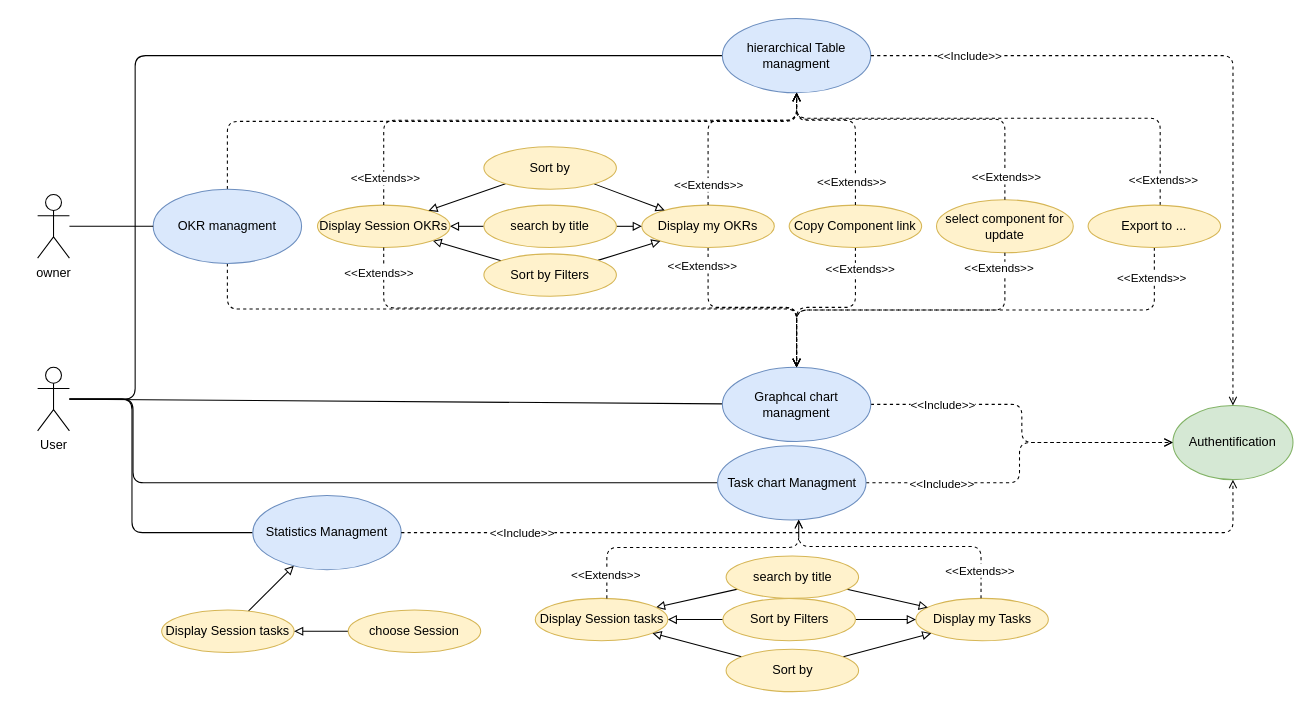
Before: page "Chart managment" (3 of 3) of UseCase_Diagram.drawio in KhFendri/OKR_UML, a draw.io diagram. Source tidied: cells renumbered, new cells numbered last; positions are measured from the earlier drawing's top-left corner, leaving out a move shared by most shapes. Both pictures are drawn from the tidied source at 106%, with x=0, y=0 at pixel (37, 18).
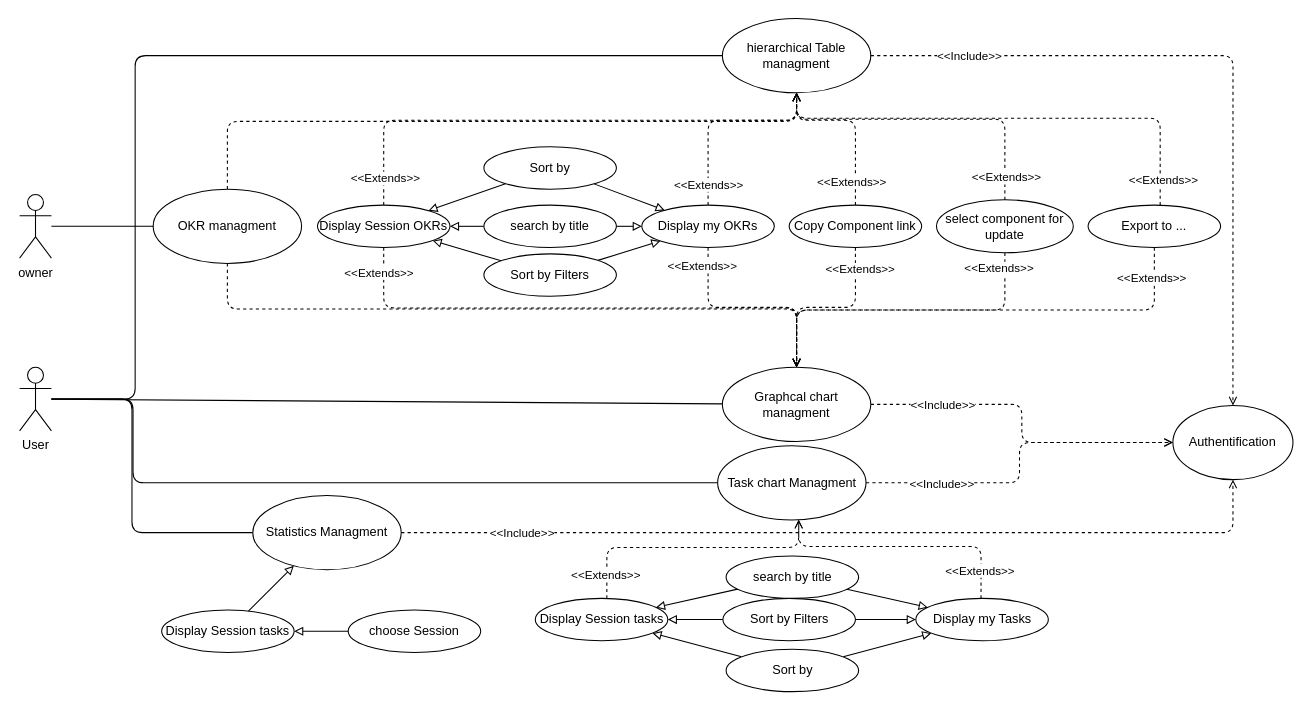
The same diagram, later.

What changed in the source:
```diff
@@
     <mxCell id="6" value="User" style="shape=umlActor;verticalLabelPosition=bottom;verticalAlign=top;html=1;" parent="1" vertex="1">
-      <mxGeometry y="329" width="30" height="60" as="geometry" />
+      <mxGeometry x="-17" y="329" width="30" height="60" as="geometry" />
     </mxCell>
@@
-    <mxCell id="9" value="Graphcal chart managment" style="ellipse;whiteSpace=wrap;html=1;fillColor=#dae8fc;strokeColor=#6c8ebf;" parent="1" vertex="1">
+    <mxCell id="9" value="Graphcal chart managment" style="ellipse;whiteSpace=wrap;html=1;" parent="1" vertex="1">
       <mxGeometry x="646" y="329" width="140" height="70" as="geometry" />
     </mxCell>
@@
-    <mxCell id="12" value="Display my OKRs" style="ellipse;whiteSpace=wrap;html=1;fillColor=#fff2cc;strokeColor=#d6b656;" parent="1" vertex="1">
+    <mxCell id="12" value="Display my OKRs" style="ellipse;whiteSpace=wrap;html=1;" parent="1" vertex="1">
       <mxGeometry x="570" y="176" width="125" height="40" as="geometry" />
     </mxCell>
@@
-    <mxCell id="15" value="Sort by Filters" style="ellipse;whiteSpace=wrap;html=1;fillColor=#fff2cc;strokeColor=#d6b656;" parent="1" vertex="1">
+    <mxCell id="15" value="Sort by Filters" style="ellipse;whiteSpace=wrap;html=1;" parent="1" vertex="1">
       <mxGeometry x="421" y="222" width="125" height="40" as="geometry" />
     </mxCell>
@@
-    <mxCell id="18" value="search by title" style="ellipse;whiteSpace=wrap;html=1;fillColor=#fff2cc;strokeColor=#d6b656;" parent="1" vertex="1">
+    <mxCell id="18" value="search by title" style="ellipse;whiteSpace=wrap;html=1;" parent="1" vertex="1">
       <mxGeometry x="421" y="176" width="125" height="40" as="geometry" />
     </mxCell>
-    <mxCell id="19" value="Authentification" style="ellipse;whiteSpace=wrap;html=1;fillColor=#d5e8d4;strokeColor=#82b366;" parent="1" vertex="1">
+    <mxCell id="19" value="Authentification" style="ellipse;whiteSpace=wrap;html=1;" parent="1" vertex="1">
       <mxGeometry x="1071" y="365" width="113.3" height="70" as="geometry" />
     </mxCell>
-    <mxCell id="20" value="hierarchical Table managment" style="ellipse;whiteSpace=wrap;html=1;fillColor=#dae8fc;strokeColor=#6c8ebf;" parent="1" vertex="1">
+    <mxCell id="20" value="hierarchical Table managment" style="ellipse;whiteSpace=wrap;html=1;" parent="1" vertex="1">
       <mxGeometry x="646" width="140" height="70" as="geometry" />
     </mxCell>
@@
-    <mxCell id="25" value="Copy Component link" style="ellipse;whiteSpace=wrap;html=1;fillColor=#fff2cc;strokeColor=#d6b656;" parent="1" vertex="1">
+    <mxCell id="25" value="Copy Component link" style="ellipse;whiteSpace=wrap;html=1;" parent="1" vertex="1">
       <mxGeometry x="709" y="176" width="125" height="40" as="geometry" />
     </mxCell>
@@
-    <mxCell id="30" value="select component for update" style="ellipse;whiteSpace=wrap;html=1;fillColor=#fff2cc;strokeColor=#d6b656;" parent="1" vertex="1">
+    <mxCell id="30" value="select component for update" style="ellipse;whiteSpace=wrap;html=1;" parent="1" vertex="1">
       <mxGeometry x="848" y="171" width="129" height="50" as="geometry" />
     </mxCell>
@@
-    <mxCell id="35" value="Display Session OKRs" style="ellipse;whiteSpace=wrap;html=1;fillColor=#fff2cc;strokeColor=#d6b656;" parent="1" vertex="1">
+    <mxCell id="35" value="Display Session OKRs" style="ellipse;whiteSpace=wrap;html=1;" parent="1" vertex="1">
       <mxGeometry x="264" y="176" width="125" height="40" as="geometry" />
     </mxCell>
@@
-    <mxCell id="42" value="Task chart Managment" style="ellipse;whiteSpace=wrap;html=1;fillColor=#dae8fc;strokeColor=#6c8ebf;" parent="1" vertex="1">
+    <mxCell id="42" value="Task chart Managment" style="ellipse;whiteSpace=wrap;html=1;" parent="1" vertex="1">
       <mxGeometry x="641.5" y="403" width="140" height="70" as="geometry" />
     </mxCell>
-    <mxCell id="43" value="Display my Tasks" style="ellipse;whiteSpace=wrap;html=1;fillColor=#fff2cc;strokeColor=#d6b656;" parent="1" vertex="1">
+    <mxCell id="43" value="Display my Tasks" style="ellipse;whiteSpace=wrap;html=1;" parent="1" vertex="1">
       <mxGeometry x="828.5" y="547" width="125" height="40" as="geometry" />
     </mxCell>
@@
-    <mxCell id="46" value="Sort by Filters" style="ellipse;whiteSpace=wrap;html=1;fillColor=#fff2cc;strokeColor=#d6b656;" parent="1" vertex="1">
+    <mxCell id="46" value="Sort by Filters" style="ellipse;whiteSpace=wrap;html=1;" parent="1" vertex="1">
       <mxGeometry x="646.5" y="547" width="125" height="40" as="geometry" />
     </mxCell>
@@
-    <mxCell id="49" value="search by title" style="ellipse;whiteSpace=wrap;html=1;fillColor=#fff2cc;strokeColor=#d6b656;" parent="1" vertex="1">
+    <mxCell id="49" value="search by title" style="ellipse;whiteSpace=wrap;html=1;" parent="1" vertex="1">
       <mxGeometry x="649.5" y="507" width="125" height="40" as="geometry" />
     </mxCell>
-    <mxCell id="50" value="Display Session tasks" style="ellipse;whiteSpace=wrap;html=1;fillColor=#fff2cc;strokeColor=#d6b656;" parent="1" vertex="1">
+    <mxCell id="50" value="Display Session tasks" style="ellipse;whiteSpace=wrap;html=1;" parent="1" vertex="1">
       <mxGeometry x="469.5" y="547" width="125" height="40" as="geometry" />
     </mxCell>
@@
-    <mxCell id="57" value="Sort by" style="ellipse;whiteSpace=wrap;html=1;fillColor=#fff2cc;strokeColor=#d6b656;" parent="1" vertex="1">
+    <mxCell id="57" value="Sort by" style="ellipse;whiteSpace=wrap;html=1;" parent="1" vertex="1">
       <mxGeometry x="421" y="121" width="125" height="40" as="geometry" />
     </mxCell>
@@
-    <mxCell id="60" value="Sort by" style="ellipse;whiteSpace=wrap;html=1;fillColor=#fff2cc;strokeColor=#d6b656;" parent="1" vertex="1">
+    <mxCell id="60" value="Sort by" style="ellipse;whiteSpace=wrap;html=1;" parent="1" vertex="1">
       <mxGeometry x="649.5" y="595" width="125" height="40" as="geometry" />
     </mxCell>
@@
-    <mxCell id="65" value="Export to ..." style="ellipse;whiteSpace=wrap;html=1;fillColor=#fff2cc;strokeColor=#d6b656;" parent="1" vertex="1">
+    <mxCell id="65" value="Export to ..." style="ellipse;whiteSpace=wrap;html=1;" parent="1" vertex="1">
       <mxGeometry x="991" y="176" width="125" height="40" as="geometry" />
     </mxCell>
-    <mxCell id="66" value="Statistics Managment" style="ellipse;whiteSpace=wrap;html=1;fillColor=#dae8fc;strokeColor=#6c8ebf;" parent="1" vertex="1">
+    <mxCell id="66" value="Statistics Managment" style="ellipse;whiteSpace=wrap;html=1;" parent="1" vertex="1">
       <mxGeometry x="203" y="450" width="140" height="70" as="geometry" />
     </mxCell>
@@
-    <mxCell id="70" value="Display Session tasks" style="ellipse;whiteSpace=wrap;html=1;fillColor=#fff2cc;strokeColor=#d6b656;" parent="1" vertex="1">
+    <mxCell id="70" value="Display Session tasks" style="ellipse;whiteSpace=wrap;html=1;" parent="1" vertex="1">
       <mxGeometry x="117" y="558" width="125" height="40" as="geometry" />
     </mxCell>
@@
-    <mxCell id="72" value="choose Session" style="ellipse;whiteSpace=wrap;html=1;fillColor=#fff2cc;strokeColor=#d6b656;" parent="1" vertex="1">
+    <mxCell id="72" value="choose Session" style="ellipse;whiteSpace=wrap;html=1;" parent="1" vertex="1">
       <mxGeometry x="293" y="558" width="125" height="40" as="geometry" />
     </mxCell>
@@
-    <mxCell id="75" value="OKR managment" style="ellipse;whiteSpace=wrap;html=1;fillColor=#dae8fc;strokeColor=#6c8ebf;" parent="1" vertex="1">
+    <mxCell id="75" value="OKR managment" style="ellipse;whiteSpace=wrap;html=1;" parent="1" vertex="1">
       <mxGeometry x="109" y="161" width="140" height="70" as="geometry" />
     </mxCell>
@@
     <mxCell id="77" value="owner" style="shape=umlActor;verticalLabelPosition=bottom;verticalAlign=top;html=1;" parent="1" vertex="1">
-      <mxGeometry y="166" width="30" height="60" as="geometry" />
+      <mxGeometry x="-17" y="166" width="30" height="60" as="geometry" />
     </mxCell>
```
